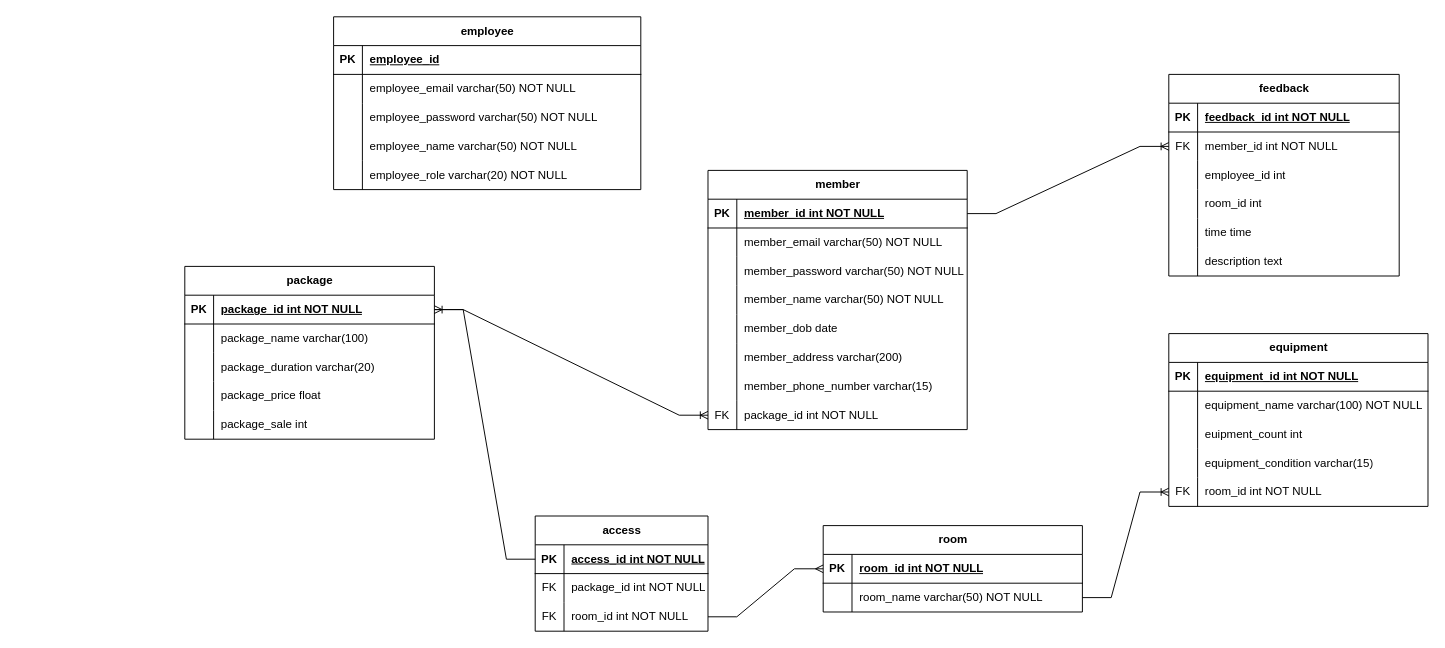
Before: Diagrams/Entity Relationship Diagram/erd_tables.drawio in PVHai1111/Gym-Managing-System-Project, a draw.io diagram. Source tidied: cells renumbered, new cells numbered last; positions are measured from the earlier drawing's top-left corner, leaving out a move shared by most shapes. Both pictures are drawn from the tidied source at 96%, with x=0, y=0 at pixel (184, 16).
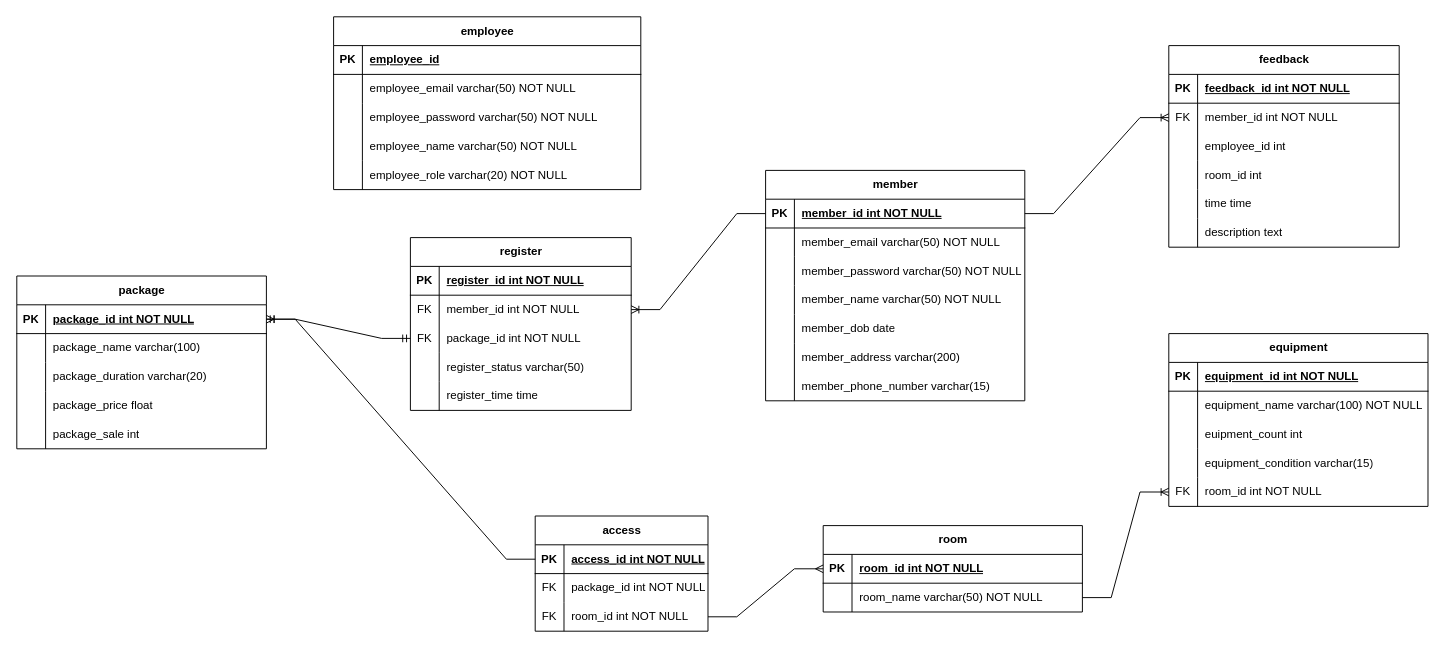
Above is the later version.

Commit message (it also covers changes not shown here):
pkg diagram

The change refers to these unchanged cells:
```xml
<mxCell id="3" style="shape=tableRow;horizontal=0;startSize=0;swimlaneHead=0;swimlaneBody=0;fillColor=none;points=[[0,0.5],[1,0.5]];portConstraint=eastwest;top=0;left=0;right=0;bottom=1;" parent="2" vertex="1">
  <mxGeometry y="30" width="270" height="30" as="geometry" />
</mxCell>
<mxCell id="71" style="shape=tableRow;horizontal=0;startSize=0;swimlaneHead=0;swimlaneBody=0;fillColor=none;points=[[0,0.5],[1,0.5]];portConstraint=eastwest;top=0;left=0;right=0;bottom=1;" parent="70" vertex="1">
  <mxGeometry y="30" width="260" height="30" as="geometry" />
</mxCell>
```

What changed in the source:
```diff
@@
     <mxCell id="2" value="member" style="shape=table;startSize=30;childLayout=tableLayout;rowLines=0;fontStyle=1;align=center;html=1;" parent="1" vertex="1">
-      <mxGeometry x="545" y="160" width="270" height="270" as="geometry" />
+      <mxGeometry x="605" y="160" width="270" height="240" as="geometry" />
     </mxCell>
@@
-    <mxCell id="24" style="shape=tableRow;horizontal=0;startSize=0;swimlaneHead=0;swimlaneBody=0;fillColor=none;points=[[0,0.5],[1,0.5]];portConstraint=eastwest;top=0;left=0;right=0;bottom=0;" parent="2" vertex="1">
-      <mxGeometry y="240" width="270" height="30" as="geometry" />
-    </mxCell>
-    <mxCell id="25" value="FK" style="shape=partialRectangle;fillColor=none;top=0;left=0;bottom=0;right=0;overflow=hidden;whiteSpace=wrap;html=1;" parent="24" vertex="1">
-      <mxGeometry width="30" height="30" as="geometry" />
-    </mxCell>
-    <mxCell id="26" value="package_id int NOT NULL" style="shape=partialRectangle;fillColor=none;top=0;left=0;bottom=0;right=0;align=left;spacingLeft=6;overflow=hidden;whiteSpace=wrap;html=1;" parent="24" vertex="1">
-      <mxGeometry x="30" width="240" height="30" as="geometry" />
-    </mxCell>
     <mxCell id="27" value="feedback" style="shape=table;startSize=30;childLayout=tableLayout;rowLines=0;fontStyle=1;align=center;html=1;" parent="1" vertex="1">
-      <mxGeometry x="1025" y="60" width="240" height="210" as="geometry" />
+      <mxGeometry x="1025" y="30" width="240" height="210" as="geometry" />
     </mxCell>
@@
     <mxCell id="70" value="package" style="shape=table;startSize=30;childLayout=tableLayout;rowLines=0;fontStyle=1;align=center;html=1;" parent="1" vertex="1">
-      <mxGeometry y="260" width="260" height="180" as="geometry" />
+      <mxGeometry x="-175" y="270" width="260" height="180" as="geometry" />
     </mxCell>
@@
-    <mxCell id="96" style="edgeStyle=entityRelationEdgeStyle;fontSize=12;html=1;endArrow=ERoneToMany;rounded=0;exitX=1;exitY=0.5;exitDx=0;exitDy=0;entryX=0;entryY=0.5;entryDx=0;entryDy=0;" parent="1" edge="1" source="71" target="24">
-      <mxGeometry relative="1" as="geometry" />
-    </mxCell>
@@
+    <mxCell id="116" value="register" style="shape=table;startSize=30;childLayout=tableLayout;rowLines=0;fontStyle=1;align=center;html=1;" parent="1" vertex="1">
+      <mxGeometry x="235" y="230" width="230" height="180" as="geometry" />
+    </mxCell>
+    <mxCell id="117" style="shape=tableRow;horizontal=0;startSize=0;swimlaneHead=0;swimlaneBody=0;fillColor=none;top=0;left=0;right=0;bottom=1;" parent="116" vertex="1">
+      <mxGeometry y="30" width="230" height="30" as="geometry" />
+    </mxCell>
+    <mxCell id="118" value="PK" style="shape=partialRectangle;fillColor=none;top=0;left=0;bottom=0;right=0;fontStyle=1;overflow=hidden;whiteSpace=wrap;html=1;" parent="117" vertex="1">
+      <mxGeometry width="30" height="30" as="geometry" />
+    </mxCell>
+    <mxCell id="119" value="register_id int NOT NULL" style="shape=partialRectangle;fillColor=none;top=0;left=0;bottom=0;right=0;align=left;spacingLeft=6;fontStyle=5;overflow=hidden;whiteSpace=wrap;html=1;" parent="117" vertex="1">
+      <mxGeometry x="30" width="200" height="30" as="geometry" />
+    </mxCell>
+    <mxCell id="120" style="shape=tableRow;horizontal=0;startSize=0;swimlaneHead=0;swimlaneBody=0;fillColor=none;points=[[0,0.5],[1,0.5]];portConstraint=eastwest;top=0;left=0;right=0;bottom=0;" parent="116" vertex="1">
+      <mxGeometry y="60" width="230" height="30" as="geometry" />
+    </mxCell>
+    <mxCell id="121" value="FK" style="shape=partialRectangle;fillColor=none;top=0;left=0;bottom=0;right=0;overflow=hidden;whiteSpace=wrap;html=1;" parent="120" vertex="1">
+      <mxGeometry width="30" height="30" as="geometry" />
+    </mxCell>
+    <mxCell id="122" value="member_id int NOT NULL" style="shape=partialRectangle;fillColor=none;top=0;left=0;bottom=0;right=0;align=left;spacingLeft=6;overflow=hidden;whiteSpace=wrap;html=1;" parent="120" vertex="1">
+      <mxGeometry x="30" width="200" height="30" as="geometry" />
+    </mxCell>
+    <mxCell id="123" style="shape=tableRow;horizontal=0;startSize=0;swimlaneHead=0;swimlaneBody=0;fillColor=none;points=[[0,0.5],[1,0.5]];portConstraint=eastwest;top=0;left=0;right=0;bottom=0;" parent="116" vertex="1">
+      <mxGeometry y="90" width="230" height="30" as="geometry" />
+    </mxCell>
+    <mxCell id="124" value="FK" style="shape=partialRectangle;fillColor=none;top=0;left=0;bottom=0;right=0;overflow=hidden;whiteSpace=wrap;html=1;" parent="123" vertex="1">
+      <mxGeometry width="30" height="30" as="geometry" />
+    </mxCell>
+    <mxCell id="26" value="package_id int NOT NULL" style="shape=partialRectangle;fillColor=none;top=0;left=0;bottom=0;right=0;align=left;spacingLeft=6;overflow=hidden;whiteSpace=wrap;html=1;" parent="123" vertex="1">
+      <mxGeometry x="30" width="200" height="30" as="geometry" />
+    </mxCell>
+    <mxCell id="125" style="shape=tableRow;horizontal=0;startSize=0;swimlaneHead=0;swimlaneBody=0;fillColor=none;top=0;left=0;right=0;bottom=0;" parent="116" vertex="1">
+      <mxGeometry y="120" width="230" height="30" as="geometry" />
+    </mxCell>
+    <mxCell id="126" style="shape=partialRectangle;fillColor=none;top=0;left=0;bottom=0;right=0;overflow=hidden;whiteSpace=wrap;html=1;" parent="125" vertex="1">
+      <mxGeometry width="30" height="30" as="geometry" />
+    </mxCell>
+    <mxCell id="127" value="register_status varchar(50)" style="shape=partialRectangle;fillColor=none;top=0;left=0;bottom=0;right=0;align=left;spacingLeft=6;overflow=hidden;whiteSpace=wrap;html=1;" parent="125" vertex="1">
+      <mxGeometry x="30" width="200" height="30" as="geometry" />
+    </mxCell>
+    <mxCell id="128" style="shape=tableRow;horizontal=0;startSize=0;swimlaneHead=0;swimlaneBody=0;fillColor=none;top=0;left=0;right=0;bottom=0;" parent="116" vertex="1">
+      <mxGeometry y="150" width="230" height="30" as="geometry" />
+    </mxCell>
+    <mxCell id="129" style="shape=partialRectangle;fillColor=none;top=0;left=0;bottom=0;right=0;overflow=hidden;whiteSpace=wrap;html=1;" parent="128" vertex="1">
+      <mxGeometry width="30" height="30" as="geometry" />
+    </mxCell>
+    <mxCell id="130" value="register_time time" style="shape=partialRectangle;fillColor=none;top=0;left=0;bottom=0;right=0;align=left;spacingLeft=6;overflow=hidden;whiteSpace=wrap;html=1;" parent="128" vertex="1">
+      <mxGeometry x="30" width="200" height="30" as="geometry" />
+    </mxCell>
+    <mxCell id="131" style="edgeStyle=entityRelationEdgeStyle;fontSize=12;html=1;endArrow=ERmandOne;startArrow=ERmandOne;rounded=0;exitX=1;exitY=0.5;exitDx=0;exitDy=0;entryX=0;entryY=0.5;entryDx=0;entryDy=0;" parent="1" edge="1" source="71" target="123">
+      <mxGeometry relative="1" as="geometry" />
+    </mxCell>
+    <mxCell id="132" style="edgeStyle=entityRelationEdgeStyle;fontSize=12;html=1;endArrow=ERoneToMany;rounded=0;exitX=0;exitY=0.5;exitDx=0;exitDy=0;entryX=1;entryY=0.5;entryDx=0;entryDy=0;" parent="1" edge="1" source="3" target="120">
+      <mxGeometry relative="1" as="geometry" />
+    </mxCell>
```
